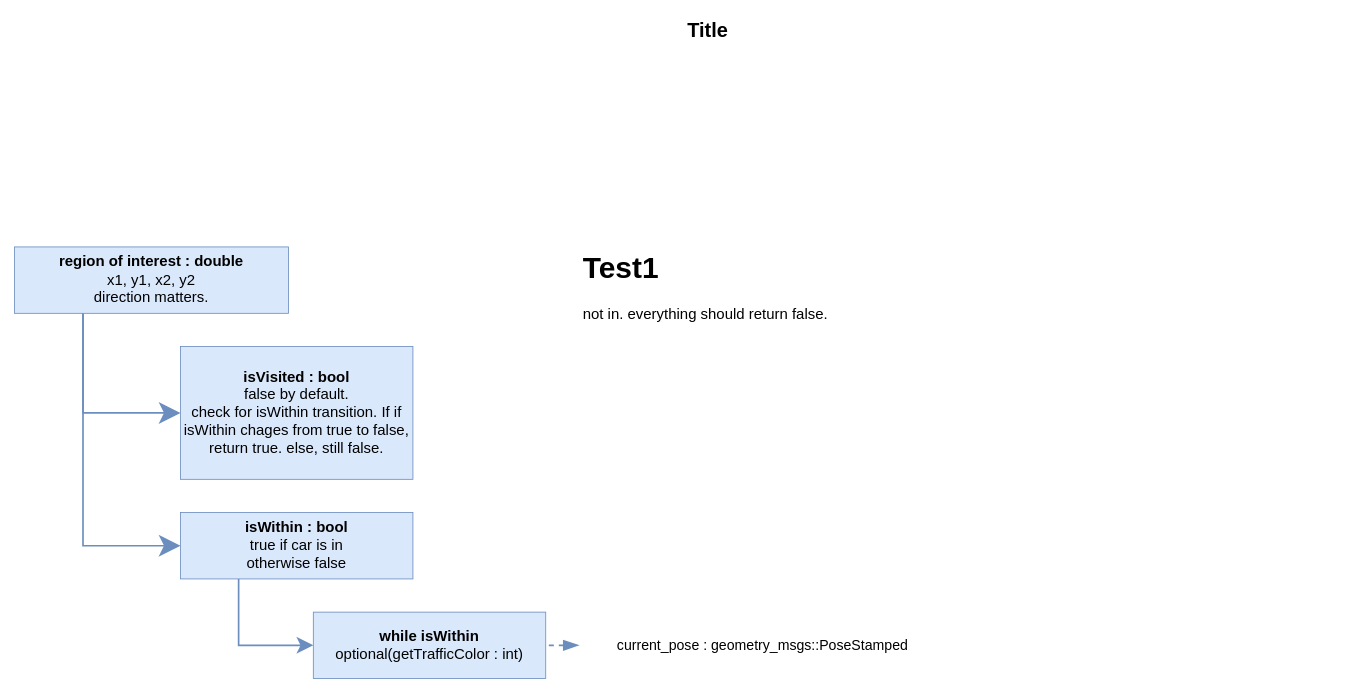
Above: region_observer.drawio in kurogane1031/region_observer (draw.io), before the change. Source tidied: cells renumbered, new cells numbered last; positions are measured from the earlier drawing's top-left corner, leaving out a move shared by most shapes. Both pictures are drawn from the tidied source at 83%, with x=0, y=0 at pixel (14, 14).
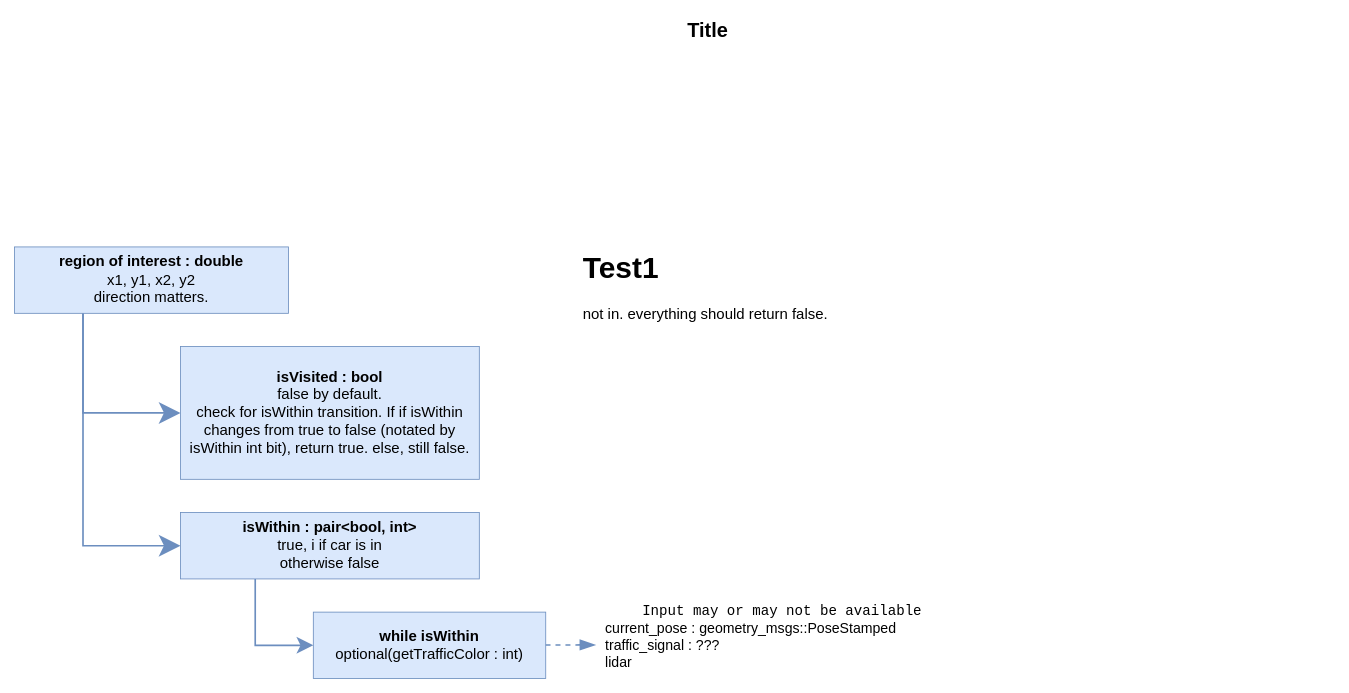
Above is the later version.

Change to the diagram source:
```diff
@@
 <mxGraphModel>
   <root>
     <mxCell id="0" />
     <mxCell id="1" parent="0" />
     <mxCell id="2" value="Title" style="text;strokeColor=none;fillColor=none;html=1;fontSize=24;fontStyle=1;verticalAlign=middle;align=center;" parent="1" vertex="1">
       <mxGeometry x="80" width="1510" height="40" as="geometry" />
     </mxCell>
     <mxCell id="3" style="edgeStyle=orthogonalEdgeStyle;jettySize=auto;html=1;exitX=0.25;exitY=1;exitDx=0;exitDy=0;entryX=0;entryY=0.5;entryDx=0;entryDy=0;strokeColor=#6c8ebf;fillColor=#dae8fc;fontFamily=Fira Code;fontSize=18;strokeWidth=2;endSize=20;rounded=0;" parent="1" edge="1" source="5" target="6">
       <mxGeometry relative="1" as="geometry" />
     </mxCell>
     <mxCell id="4" style="edgeStyle=orthogonalEdgeStyle;jettySize=auto;html=1;exitX=0.25;exitY=1;exitDx=0;exitDy=0;entryX=0;entryY=0.5;entryDx=0;entryDy=0;endSize=20;strokeColor=#6c8ebf;strokeWidth=2;fillColor=#dae8fc;fontFamily=Fira Code;fontSize=18;rounded=0;" parent="1" edge="1" source="5" target="8">
       <mxGeometry relative="1" as="geometry" />
     </mxCell>
     <mxCell id="5" value="&lt;b&gt;region of interest : double&lt;br&gt;&lt;/b&gt;x1, y1, x2, y2&lt;br&gt;direction matters." style="rounded=0;whiteSpace=wrap;html=1;strokeColor=#6c8ebf;strokeWidth=1;fillColor=#dae8fc;fontFamily=Fira Code;fontSize=18;" parent="1" vertex="1">
       <mxGeometry y="280" width="330" height="80" as="geometry" />
     </mxCell>
-    <mxCell id="6" value="&lt;b&gt;isVisited : bool&lt;/b&gt;&lt;br&gt;false by default.&lt;br&gt;check for isWithin transition. If if isWithin chages from true to false, return true. else, still false." style="rounded=0;whiteSpace=wrap;html=1;strokeColor=#6c8ebf;strokeWidth=1;fillColor=#dae8fc;fontFamily=Fira Code;fontSize=18;" parent="1" vertex="1">
-      <mxGeometry x="200" y="400" width="280" height="160" as="geometry" />
+    <mxCell id="6" value="&lt;b&gt;isVisited : bool&lt;/b&gt;&lt;br&gt;false by default.&lt;br&gt;check for isWithin transition. If if isWithin changes from true to false (notated by isWithin int bit), return true. else, still false." style="rounded=0;whiteSpace=wrap;html=1;strokeColor=#6c8ebf;strokeWidth=1;fillColor=#dae8fc;fontFamily=Fira Code;fontSize=18;" parent="1" vertex="1">
+      <mxGeometry x="200" y="400" width="360" height="160" as="geometry" />
     </mxCell>
     <mxCell id="7" style="edgeStyle=orthogonalEdgeStyle;rounded=0;jettySize=auto;html=1;exitX=0.25;exitY=1;exitDx=0;exitDy=0;entryX=0;entryY=0.5;entryDx=0;entryDy=0;endSize=14;strokeColor=#6c8ebf;strokeWidth=2;fillColor=#dae8fc;fontFamily=Fira Code;fontSize=18;" parent="1" edge="1" source="8" target="9">
       <mxGeometry relative="1" as="geometry" />
     </mxCell>
-    <mxCell id="8" value="&lt;b&gt;isWithin : bool&lt;br&gt;&lt;/b&gt;true if car is in&lt;br&gt;otherwise false" style="rounded=0;whiteSpace=wrap;html=1;strokeColor=#6c8ebf;strokeWidth=1;fillColor=#dae8fc;fontFamily=Fira Code;fontSize=18;" parent="1" vertex="1">
-      <mxGeometry x="200" y="600" width="280" height="80" as="geometry" />
+    <mxCell id="8" value="&lt;b&gt;isWithin : pair&amp;lt;bool, int&amp;gt;&lt;br&gt;&lt;/b&gt;true, i if car is in&lt;br&gt;otherwise false" style="rounded=0;whiteSpace=wrap;html=1;strokeColor=#6c8ebf;strokeWidth=1;fillColor=#dae8fc;fontFamily=Fira Code;fontSize=18;" parent="1" vertex="1">
+      <mxGeometry x="200" y="600" width="360" height="80" as="geometry" />
     </mxCell>
     <mxCell id="9" value="&lt;b&gt;while isWithin&lt;br&gt;&lt;/b&gt;optional(getTrafficColor : int)" style="rounded=0;whiteSpace=wrap;html=1;strokeColor=#6c8ebf;strokeWidth=1;fillColor=#dae8fc;fontFamily=Fira Code;fontSize=18;" parent="1" vertex="1">
       <mxGeometry x="360" y="720" width="280" height="80" as="geometry" />
     </mxCell>
     <mxCell id="10" value="&lt;h1&gt;Test1&lt;/h1&gt;&lt;p&gt;not in. everything should return false.&lt;/p&gt;" style="text;html=1;strokeColor=none;fillColor=none;spacing=5;spacingTop=-20;whiteSpace=wrap;overflow=hidden;rounded=0;fontFamily=Fira Code;fontSize=18;" parent="1" vertex="1">
       <mxGeometry x="680" y="270" width="370" height="130" as="geometry" />
     </mxCell>
-    <mxCell id="11" style="endArrow=none;html=1;strokeColor=#6c8ebf;fillColor=#dae8fc;fontFamily=Courier New;entryX=1;entryY=0.5;entryDx=0;entryDy=0;strokeWidth=2;endFill=0;dashed=1;startArrow=blockThin;startFill=1;startSize=14;" parent="1" edge="1" target="9">
+    <mxCell id="11" style="endArrow=none;html=1;strokeColor=#6c8ebf;fillColor=#dae8fc;fontFamily=Courier New;strokeWidth=2;endFill=0;dashed=1;startArrow=blockThin;startFill=1;startSize=14;" parent="1" edge="1" target="9">
       <mxGeometry relative="1" as="geometry">
-        <mxPoint x="680" y="760" as="sourcePoint" />
+        <mxPoint x="700" y="759.5" as="sourcePoint" />
       </mxGeometry>
     </mxCell>
-    <mxCell id="12" value="&lt;font face=&quot;Fira Code&quot; style=&quot;font-size: 17px&quot;&gt;current_pose : geometry_msgs::PoseStamped&lt;/font&gt;" style="edgeLabel;html=1;align=center;verticalAlign=middle;fontFamily=Courier New;" parent="11" vertex="1">
+    <mxCell id="12" value="&lt;font face=&quot;Fira Code&quot; style=&quot;font-size: 17px&quot;&gt;current_pose : geometry_msgs::PoseStamped&lt;br&gt;&lt;/font&gt;&lt;span style=&quot;font-family: &amp;#34;fira code&amp;#34; ; font-size: 17px&quot;&gt;traffic_signal : ???&lt;br&gt;&lt;/span&gt;&lt;font face=&quot;Fira Code&quot; style=&quot;font-size: 17px&quot;&gt;lidar&lt;br&gt;&lt;/font&gt;" style="edgeLabel;html=1;align=left;verticalAlign=middle;fontFamily=Courier New;" parent="11" vertex="1">
       <mxGeometry x="-0.83" y="2" relative="1" as="geometry">
-        <mxPoint x="223.5" y="-2" as="offset" />
+        <mxPoint x="15" y="-1.5" as="offset" />
       </mxGeometry>
     </mxCell>
+    <mxCell id="13" value="Input may or may not be available" style="text;html=1;strokeColor=none;fillColor=none;align=center;verticalAlign=middle;whiteSpace=wrap;rounded=0;fontFamily=Courier New;fontSize=17;" parent="1" vertex="1">
+      <mxGeometry x="670" y="710" width="510" height="20" as="geometry" />
+    </mxCell>
   </root>
 </mxGraphModel>
```
